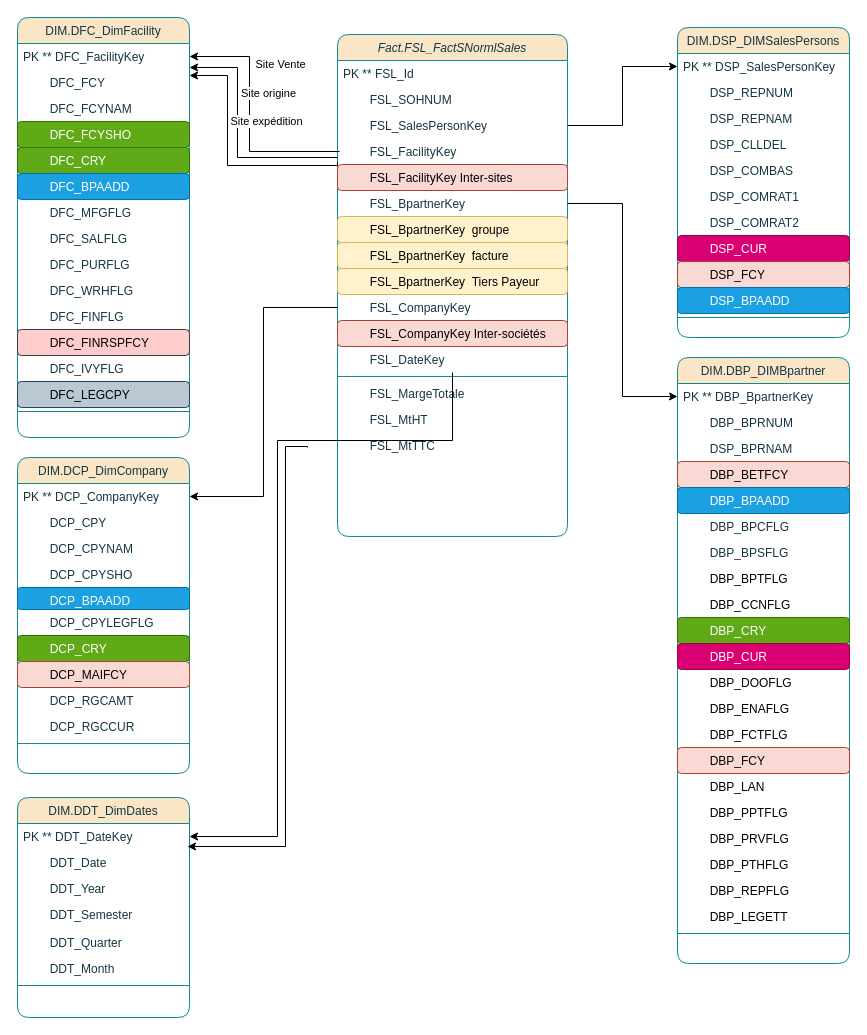
Earlier version of the draw.io diagram Diagramme de classe.drawio (BorchaniMohamed/BI_PROJECT_PFE). Source tidied: cells renumbered, new cells numbered last; positions are measured from the earlier drawing's top-left corner, leaving out a move shared by most shapes. Both pictures are drawn from the tidied source at 100%, with x=0, y=0 at pixel (17, 17).
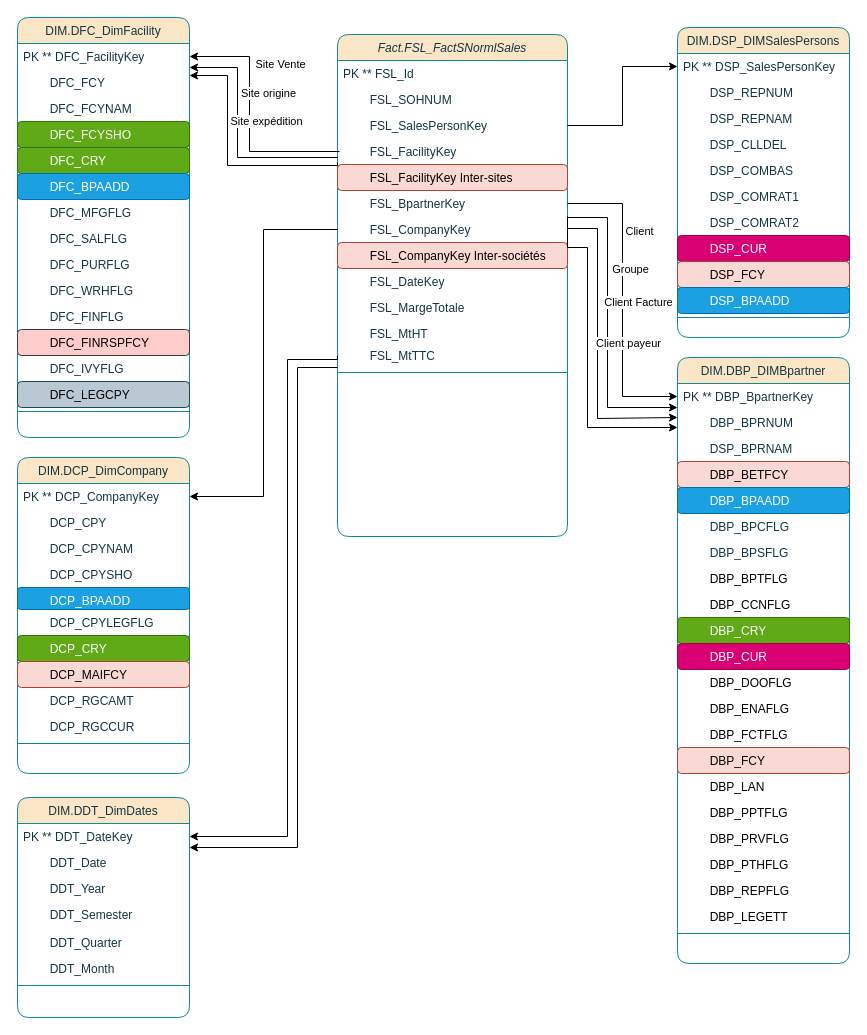
Above is the later version.

Commit message:
Mettre à jour Diagramme de classe.drawio

The change refers to these unchanged cells:
```xml
<mxCell id="2" value="Fact.FSL_FactSNormlSales" style="swimlane;fontStyle=2;align=center;verticalAlign=top;horizontal=1;startSize=26;rounded=1;shadow=0;strokeWidth=1;labelBackgroundColor=none;fillColor=#FAE5C7;strokeColor=#0F8B8D;fontColor=#143642;" parent="1" vertex="1">
  <mxGeometry x="320" y="17" width="230" height="502" as="geometry" />
</mxCell>
<mxCell id="8" value="        FSL_BpartnerKey" style="text;align=left;verticalAlign=top;spacingLeft=4;spacingRight=4;overflow=hidden;points=[[0,0.5],[1,0.5]];portConstraint=eastwest;rounded=1;shadow=0;html=0;labelBackgroundColor=none;fontColor=#143642;" parent="2" vertex="1">
  <mxGeometry y="156" width="230" height="26" as="geometry" />
</mxCell>
<mxCell id="51" value="PK ** DBP_BpartnerKey" style="text;align=left;verticalAlign=top;spacingLeft=4;spacingRight=4;overflow=hidden;points=[[0,0.5],[1,0.5]];portConstraint=eastwest;labelBackgroundColor=none;fontColor=#143642;rounded=1;" parent="50" vertex="1">
  <mxGeometry y="26" width="172" height="26" as="geometry" />
</mxCell>
<mxCell id="52" value="        DBP_BPRNUM" style="text;align=left;verticalAlign=top;spacingLeft=4;spacingRight=4;overflow=hidden;points=[[0,0.5],[1,0.5]];portConstraint=eastwest;labelBackgroundColor=none;fontColor=#143642;rounded=1;" parent="50" vertex="1">
  <mxGeometry y="52" width="172" height="26" as="geometry" />
</mxCell>
<mxCell id="73" style="edgeStyle=orthogonalEdgeStyle;rounded=0;jettySize=auto;html=1;" parent="1" edge="1" source="8" target="51">
  <mxGeometry relative="1" as="geometry" />
</mxCell>
<mxCell id="88" value="PK ** DDT_DateKey" style="text;align=left;verticalAlign=top;spacingLeft=4;spacingRight=4;overflow=hidden;points=[[0,0.5],[1,0.5]];portConstraint=eastwest;labelBackgroundColor=none;fontColor=#143642;rounded=1;" parent="87" vertex="1">
  <mxGeometry y="26" width="172" height="26" as="geometry" />
</mxCell>
```

Diff of the diagram source:
```diff
@@
-    <mxCell id="9" value="        FSL_BpartnerKey  groupe" style="text;align=left;verticalAlign=top;spacingLeft=4;spacingRight=4;overflow=hidden;rounded=1;shadow=0;html=0;labelBackgroundColor=none;fillColor=#fff2cc;strokeColor=#d6b656;" parent="2" vertex="1">
-      <mxGeometry y="182" width="230" height="26" as="geometry" />
-    </mxCell>
-    <mxCell id="10" value="        FSL_BpartnerKey  facture " style="text;align=left;verticalAlign=top;spacingLeft=4;spacingRight=4;overflow=hidden;rounded=1;shadow=0;html=0;labelBackgroundColor=none;fillColor=#fff2cc;strokeColor=#d6b656;" parent="2" vertex="1">
-      <mxGeometry y="208" width="230" height="26" as="geometry" />
-    </mxCell>
-    <mxCell id="11" value="        FSL_BpartnerKey  Tiers Payeur " style="text;align=left;verticalAlign=top;spacingLeft=4;spacingRight=4;overflow=hidden;rounded=1;shadow=0;html=0;labelBackgroundColor=none;fillColor=#fff2cc;strokeColor=#d6b656;" parent="2" vertex="1">
-      <mxGeometry y="234" width="230" height="26" as="geometry" />
-    </mxCell>
     <mxCell id="12" value="        FSL_CompanyKey" style="text;align=left;verticalAlign=top;spacingLeft=4;spacingRight=4;overflow=hidden;points=[[0,0.5],[1,0.5]];portConstraint=eastwest;rounded=1;shadow=0;html=0;labelBackgroundColor=none;fontColor=#143642;" parent="2" vertex="1">
-      <mxGeometry y="260" width="230" height="26" as="geometry" />
+      <mxGeometry y="182" width="230" height="26" as="geometry" />
     </mxCell>
     <mxCell id="13" value="        FSL_CompanyKey Inter-sociétés" style="text;align=left;verticalAlign=top;spacingLeft=4;spacingRight=4;overflow=hidden;rounded=1;shadow=0;html=0;labelBackgroundColor=none;fillColor=#fad9d5;strokeColor=#ae4132;" parent="2" vertex="1">
-      <mxGeometry y="286" width="230" height="26" as="geometry" />
+      <mxGeometry y="208" width="230" height="26" as="geometry" />
     </mxCell>
     <mxCell id="14" value="        FSL_DateKey" style="text;align=left;verticalAlign=top;spacingLeft=4;spacingRight=4;overflow=hidden;points=[[0,0.5],[1,0.5]];portConstraint=eastwest;rounded=1;shadow=0;html=0;labelBackgroundColor=none;fontColor=#143642;" parent="2" vertex="1">
-      <mxGeometry y="312" width="230" height="26" as="geometry" />
+      <mxGeometry y="234" width="230" height="26" as="geometry" />
     </mxCell>
-    <mxCell id="15" style="line;html=1;strokeWidth=1;align=left;verticalAlign=middle;spacingTop=-1;spacingLeft=3;spacingRight=3;labelPosition=right;labelBackgroundColor=none;fillColor=#FAE5C7;strokeColor=#0F8B8D;fontColor=#143642;rounded=1;" parent="2" vertex="1">
-      <mxGeometry y="338" width="230" height="8" as="geometry" />
-    </mxCell>
     <mxCell id="16" value="        FSL_MargeTotale" style="text;align=left;verticalAlign=top;spacingLeft=4;spacingRight=4;overflow=hidden;rounded=1;shadow=0;html=0;labelBackgroundColor=none;fontColor=#143642;" parent="2" vertex="1">
-      <mxGeometry y="346" width="230" height="26" as="geometry" />
+      <mxGeometry y="260" width="230" height="26" as="geometry" />
     </mxCell>
     <mxCell id="17" value="        FSL_MtHT" style="text;align=left;verticalAlign=top;spacingLeft=4;spacingRight=4;overflow=hidden;rounded=1;shadow=0;html=0;labelBackgroundColor=none;fontColor=#143642;" parent="2" vertex="1">
-      <mxGeometry y="372" width="230" height="26" as="geometry" />
+      <mxGeometry y="286" width="230" height="22" as="geometry" />
     </mxCell>
     <mxCell id="18" value="        FSL_MtTTC" style="text;align=left;verticalAlign=top;spacingLeft=4;spacingRight=4;overflow=hidden;points=[[0,0.5],[1,0.5]];portConstraint=eastwest;rounded=1;shadow=0;html=0;labelBackgroundColor=none;fontColor=#143642;" parent="2" vertex="1">
-      <mxGeometry y="398" width="230" height="26" as="geometry" />
+      <mxGeometry y="308" width="230" height="26" as="geometry" />
     </mxCell>
+    <mxCell id="15" style="line;html=1;strokeWidth=1;align=left;verticalAlign=middle;spacingTop=-1;spacingLeft=3;spacingRight=3;labelPosition=right;labelBackgroundColor=none;fillColor=#FAE5C7;strokeColor=#0F8B8D;fontColor=#143642;rounded=1;" parent="2" vertex="1">
+      <mxGeometry y="334" width="230" height="8" as="geometry" />
+    </mxCell>
@@
+    <mxCell id="101" value="Client" style="edgeLabel;html=1;align=center;verticalAlign=middle;" parent="73" vertex="1">
+      <mxGeometry x="-0.46" y="3" relative="1" as="geometry">
+        <mxPoint x="13" as="offset" />
+      </mxGeometry>
+    </mxCell>
@@
-    <mxCell id="95" style="edgeStyle=orthogonalEdgeStyle;rounded=0;jettySize=auto;html=1;" parent="1" edge="1" source="14" target="88">
+    <mxCell id="95" style="edgeStyle=orthogonalEdgeStyle;rounded=0;jettySize=auto;html=1;exitX=0;exitY=0.5;exitDx=0;exitDy=0;" parent="1" edge="1" source="18" target="88">
       <mxGeometry relative="1" as="geometry">
         <Array as="points">
-          <mxPoint x="260" y="423" />
-          <mxPoint x="260" y="819" />
+          <mxPoint x="320" y="342" />
+          <mxPoint x="270" y="342" />
+          <mxPoint x="270" y="819" />
         </Array>
       </mxGeometry>
     </mxCell>
-    <mxCell id="96" style="edgeStyle=orthogonalEdgeStyle;rounded=0;orthogonalLoop=1;jettySize=auto;html=1;" parent="1" edge="1">
-      <mxGeometry relative="1" as="geometry">
-        <mxPoint x="290" y="430" as="sourcePoint" />
-        <mxPoint x="170" y="829" as="targetPoint" />
-        <Array as="points">
-          <mxPoint x="268" y="429" />
-          <mxPoint x="268" y="829" />
-        </Array>
-      </mxGeometry>
-    </mxCell>
@@
+    <mxCell id="102" style="edgeStyle=orthogonalEdgeStyle;rounded=0;jettySize=auto;html=1;" parent="1" edge="1" target="88">
+      <mxGeometry relative="1" as="geometry">
+        <mxPoint x="320" y="350" as="sourcePoint" />
+        <Array as="points">
+          <mxPoint x="280" y="350" />
+          <mxPoint x="280" y="830" />
+        </Array>
+      </mxGeometry>
+    </mxCell>
+    <mxCell id="103" style="edgeStyle=orthogonalEdgeStyle;rounded=0;jettySize=auto;html=1;" parent="1" edge="1" source="8" target="51">
+      <mxGeometry relative="1" as="geometry">
+        <Array as="points">
+          <mxPoint x="550" y="200" />
+          <mxPoint x="590" y="200" />
+          <mxPoint x="590" y="390" />
+        </Array>
+      </mxGeometry>
+    </mxCell>
+    <mxCell id="104" value="Groupe" style="edgeLabel;html=1;align=center;verticalAlign=middle;" parent="103" vertex="1">
+      <mxGeometry x="-0.39" y="3" relative="1" as="geometry">
+        <mxPoint x="19" as="offset" />
+      </mxGeometry>
+    </mxCell>
+    <mxCell id="105" style="edgeStyle=orthogonalEdgeStyle;rounded=0;orthogonalLoop=1;jettySize=auto;html=1;" parent="1" edge="1">
+      <mxGeometry relative="1" as="geometry">
+        <mxPoint x="550" y="200" as="sourcePoint" />
+        <mxPoint x="660" y="400" as="targetPoint" />
+        <Array as="points">
+          <mxPoint x="550" y="211" />
+          <mxPoint x="580" y="211" />
+          <mxPoint x="580" y="401" />
+          <mxPoint x="660" y="401" />
+        </Array>
+      </mxGeometry>
+    </mxCell>
+    <mxCell id="106" value="Client Facture" style="edgeLabel;html=1;align=center;verticalAlign=middle;" parent="105" vertex="1">
+      <mxGeometry x="-0.27" relative="1" as="geometry">
+        <mxPoint x="40" as="offset" />
+      </mxGeometry>
+    </mxCell>
+    <mxCell id="107" style="edgeStyle=orthogonalEdgeStyle;rounded=0;jettySize=auto;html=1;exitX=1;exitY=0.5;exitDx=0;exitDy=0;" parent="1" edge="1" source="12" target="52">
+      <mxGeometry relative="1" as="geometry">
+        <Array as="points">
+          <mxPoint x="550" y="230" />
+          <mxPoint x="570" y="230" />
+          <mxPoint x="570" y="410" />
+        </Array>
+      </mxGeometry>
+    </mxCell>
+    <mxCell id="108" value="Client payeur" style="edgeLabel;html=1;align=center;verticalAlign=middle;" parent="107" vertex="1">
+      <mxGeometry x="-0.06" y="2" relative="1" as="geometry">
+        <mxPoint x="38" y="-12" as="offset" />
+      </mxGeometry>
+    </mxCell>
```
